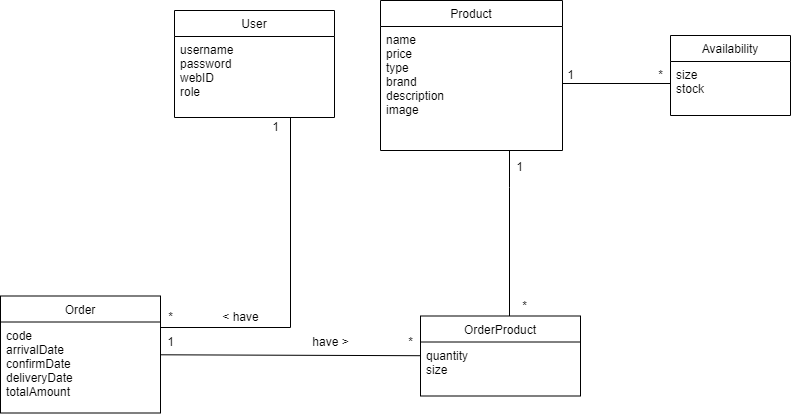
Earlier version of the draw.io export docs/images/domain_model.png (Arquisoft/dede_es5a). Source tidied: cells renumbered, new cells last; positions are measured from the earlier drawing's top-left corner, leaving out a move shared by most shapes.
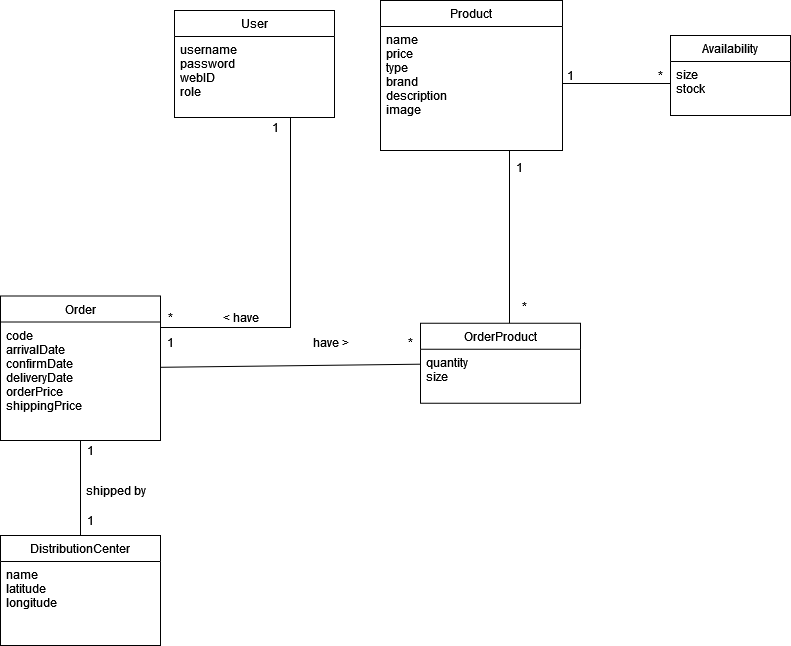
Later version of the same file.

Commit message:
Order price y shipping price; centro de distribución

What changed in the source:
```diff
@@ -8,11 +8,14 @@
     <mxCell id="3" value="username&#10;password&#10;webID&#10;role" style="text;align=left;verticalAlign=top;spacingLeft=4;spacingRight=4;overflow=hidden;" parent="2" vertex="1">
       <mxGeometry y="26" width="160" height="74" as="geometry" />
     </mxCell>
+    <mxCell id="26" style="edgeStyle=orthogonalEdgeStyle;rounded=0;jettySize=auto;html=1;exitX=0.5;exitY=1;exitDx=0;exitDy=0;entryX=0.5;entryY=0;entryDx=0;entryDy=0;endArrow=none;endFill=0;" parent="1" edge="1" source="4" target="27">
+      <mxGeometry relative="1" as="geometry" />
+    </mxCell>
     <mxCell id="4" value="Order" style="swimlane;fontStyle=0;align=center;verticalAlign=top;horizontal=1;startSize=26;rounded=0;shadow=0;strokeWidth=1;" parent="1" vertex="1">
-      <mxGeometry y="295.5" width="160" height="117" as="geometry" />
+      <mxGeometry y="295.5" width="160" height="144.5" as="geometry" />
     </mxCell>
-    <mxCell id="5" value="code&#10;arrivalDate&#10;confirmDate&#10;deliveryDate&#10;totalAmount" style="text;align=left;verticalAlign=top;spacingLeft=4;spacingRight=4;overflow=hidden;fontStyle=0;" parent="4" vertex="1">
-      <mxGeometry y="26" width="160" height="84" as="geometry" />
+    <mxCell id="5" value="code&#10;arrivalDate&#10;confirmDate&#10;deliveryDate&#10;orderPrice&#10;shippingPrice&#10;" style="text;align=left;verticalAlign=top;spacingLeft=4;spacingRight=4;overflow=hidden;fontStyle=0;" parent="4" vertex="1">
+      <mxGeometry y="26" width="160" height="104" as="geometry" />
     </mxCell>
     <mxCell id="6" style="endArrow=none;endSize=10;endFill=0;shadow=0;strokeWidth=1;rounded=0;edgeStyle=elbowEdgeStyle;elbow=vertical;" parent="1" edge="1" source="4" target="2">
       <mxGeometry relative="1" as="geometry">
@@ -30,7 +33,6 @@
     <mxCell id="9" style="endArrow=none;endSize=10;endFill=0;shadow=0;strokeWidth=1;rounded=0;edgeStyle=elbowEdgeStyle;elbow=vertical;" parent="1" edge="1" source="15" target="7">
       <mxGeometry relative="1" as="geometry">
         <Array as="points">
-          <mxPoint x="509" y="187" />
           <mxPoint x="509" y="217" />
         </Array>
       </mxGeometry>
@@ -51,7 +53,7 @@
       <mxGeometry x="400" y="332" width="20" height="20" as="geometry" />
     </mxCell>
     <mxCell id="15" value="OrderProduct" style="swimlane;fontStyle=0;align=center;verticalAlign=top;horizontal=1;startSize=26;rounded=0;shadow=0;strokeWidth=1;" parent="1" vertex="1">
-      <mxGeometry x="420" y="315.5" width="160" height="80" as="geometry" />
+      <mxGeometry x="420" y="322.8" width="160" height="80" as="geometry" />
     </mxCell>
     <mxCell id="16" value="quantity&#10;size" style="text;align=left;verticalAlign=top;spacingLeft=4;spacingRight=4;overflow=hidden;fontStyle=0;" parent="15" vertex="1">
       <mxGeometry y="26" width="160" height="34" as="geometry" />
@@ -83,5 +85,20 @@
     <mxCell id="25" value="1" style="text;html=1;align=center;verticalAlign=middle;strokeColor=none;fillColor=none;hachureGap=4;" parent="1" vertex="1">
       <mxGeometry x="560" y="65" width="20" height="20" as="geometry" />
     </mxCell>
+    <mxCell id="27" value="DistributionCenter" style="swimlane;fontStyle=0;align=center;verticalAlign=top;horizontal=1;startSize=26;rounded=0;shadow=0;strokeWidth=1;" parent="1" vertex="1">
+      <mxGeometry y="535" width="160" height="110" as="geometry" />
+    </mxCell>
+    <mxCell id="28" value="name&#10;latitude&#10;longitude" style="text;align=left;verticalAlign=top;spacingLeft=4;spacingRight=4;overflow=hidden;fontStyle=0;" parent="27" vertex="1">
+      <mxGeometry y="26" width="160" height="54" as="geometry" />
+    </mxCell>
+    <mxCell id="29" value="1" style="text;html=1;align=center;verticalAlign=middle;strokeColor=none;fillColor=none;" parent="1" vertex="1">
+      <mxGeometry x="80" y="440" width="20" height="20" as="geometry" />
+    </mxCell>
+    <mxCell id="30" value="1" style="text;html=1;align=center;verticalAlign=middle;strokeColor=none;fillColor=none;" parent="1" vertex="1">
+      <mxGeometry x="80" y="510" width="20" height="20" as="geometry" />
+    </mxCell>
+    <mxCell id="31" value="shipped by" style="text;html=1;align=center;verticalAlign=middle;strokeColor=none;fillColor=none;" parent="1" vertex="1">
+      <mxGeometry x="80" y="480" width="70" height="20" as="geometry" />
+    </mxCell>
   </root>
 </mxGraphModel>
```
